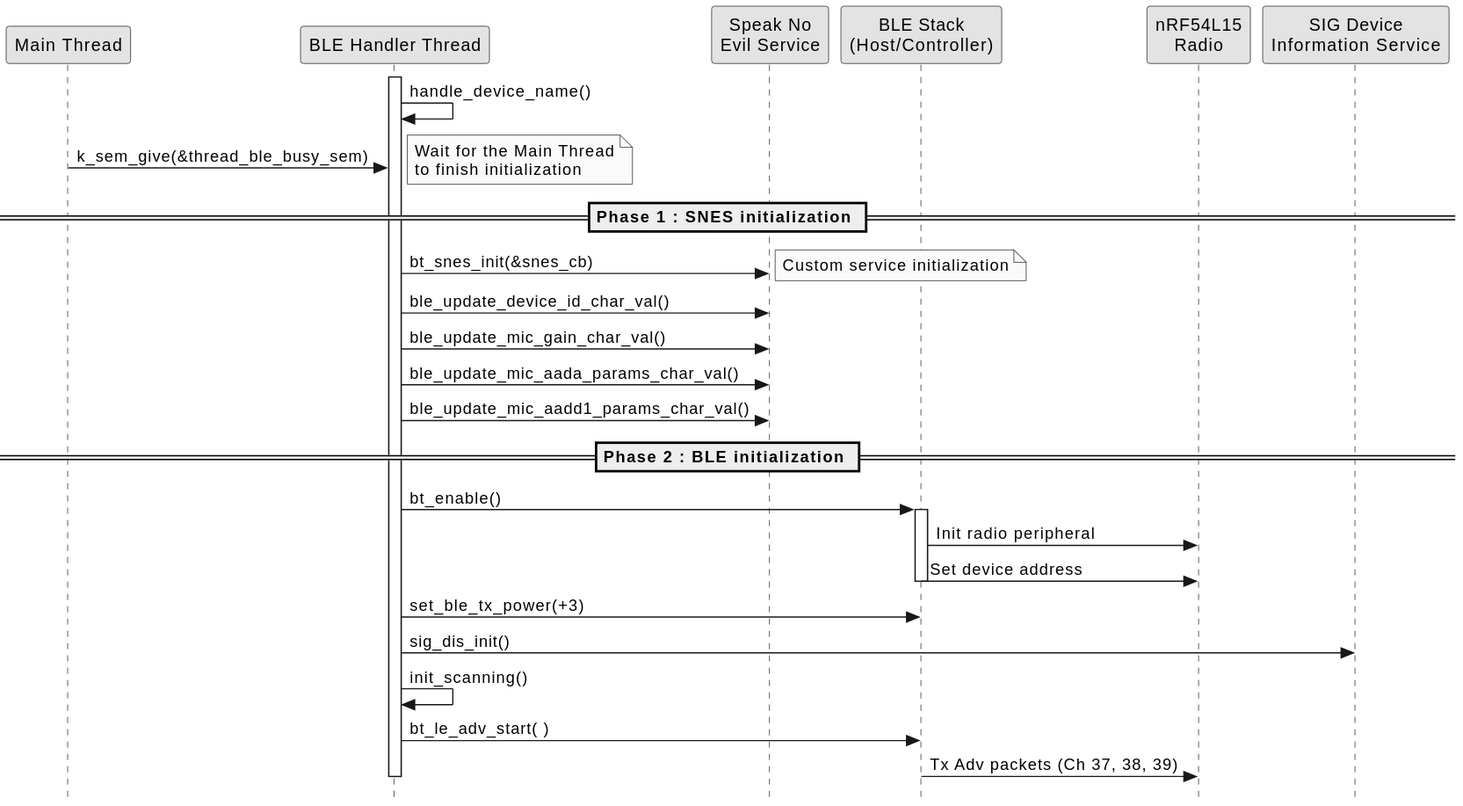
Before: 03-Software/nrf-monkey-main/uml/out/uml/ble/ble-initialization-sequence.svg, a diagram exported from PlantUML (DrinkDark/Master_TM_DataCollar).
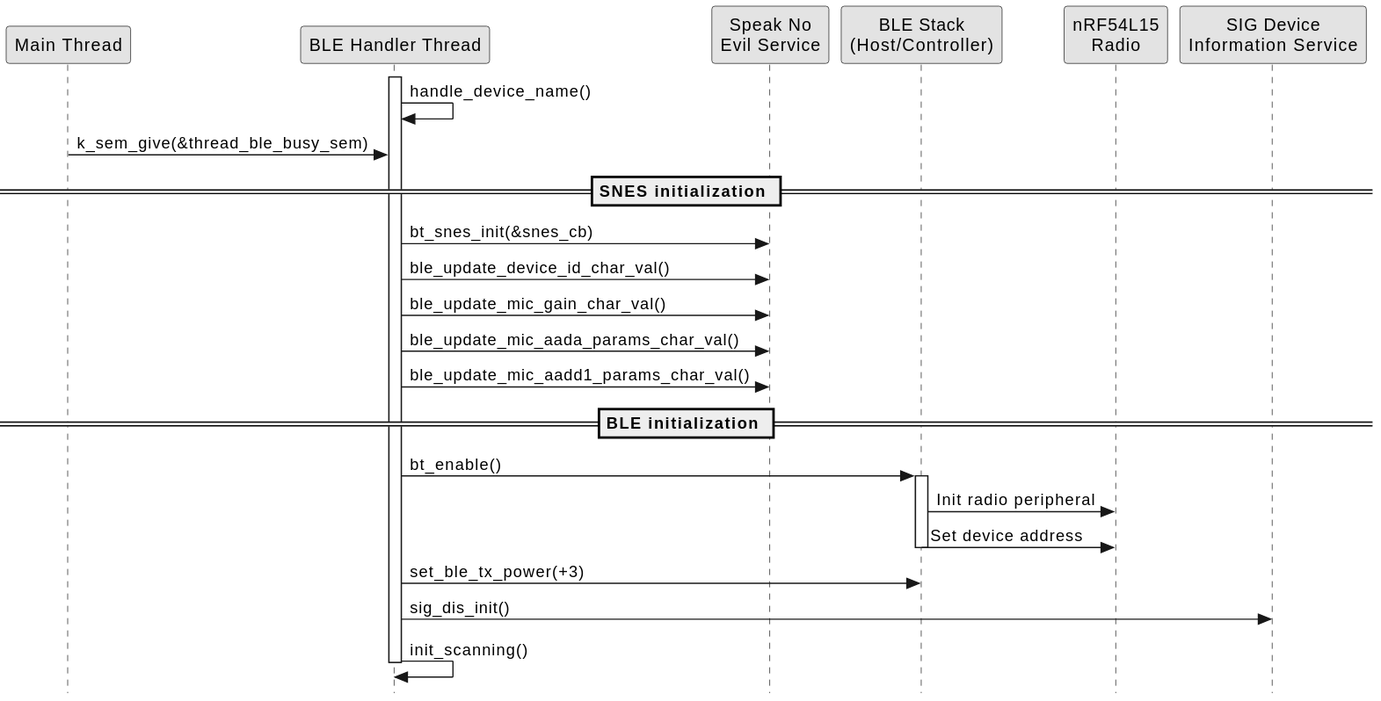
After the commit.

Diff of the diagram source:
```diff
@@ -13,17 +13,15 @@
 activate APP
     APP -> APP : handle_device_name()
     Main -> APP : k_sem_give(&thread_ble_busy_sem)
-    note right : Wait for the Main Thread\nto finish initialization
 
-== Phase 1 : SNES initialization ==
+== SNES initialization ==
     APP -> SNES : bt_snes_init(&snes_cb)
-    note right : Custom service initialization
     APP -> SNES : ble_update_device_id_char_val()
     APP -> SNES : ble_update_mic_gain_char_val()
     APP -> SNES : ble_update_mic_aada_params_char_val()
     APP -> SNES : ble_update_mic_aadd1_params_char_val()
 
-== Phase 2 : BLE initialization ==
+== BLE initialization ==
     APP -> S : bt_enable()
     activate S
     S -> HW : Init radio peripheral
@@ -32,8 +30,7 @@
 
     APP -> S : set_ble_tx_power(+3)
     APP -> DIS : sig_dis_init()
-    APP -> APP : init_scanning()
-    APP -> S : bt_le_adv_start( )
-    S -> HW : Tx Adv packets (Ch 37, 38, 39)
+    APP -> APP :init_scanning()
+
 deactivate APP
 @enduml
```
